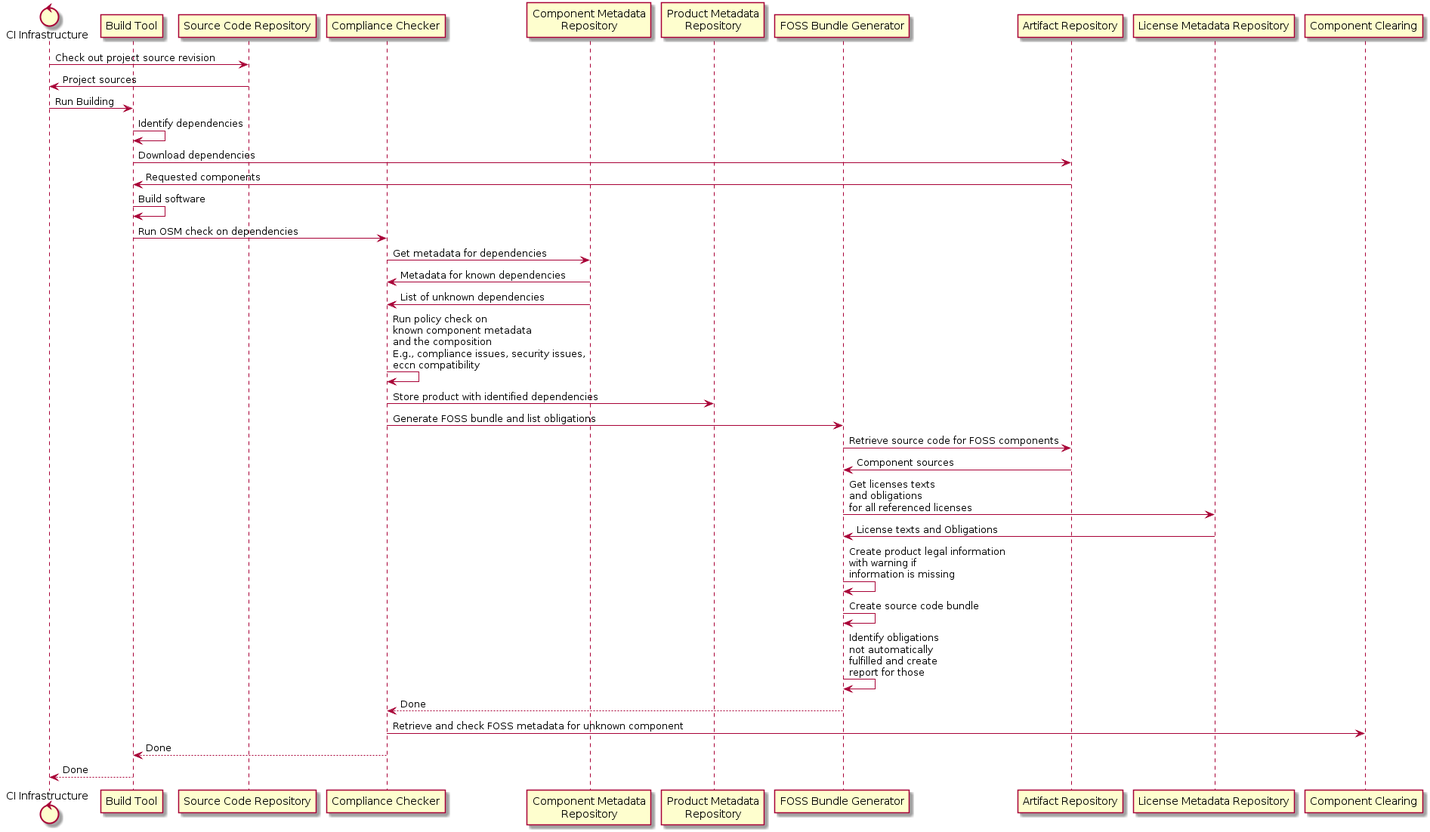
The PlantUML diagram Tooling-Landscape/Unanimous-Understanding/OSS-Tooling-Landscape_UMLSeq_AutoComplianceCheck.png in Open-Source-Compliance/Sharing-creates-value, before a commit.
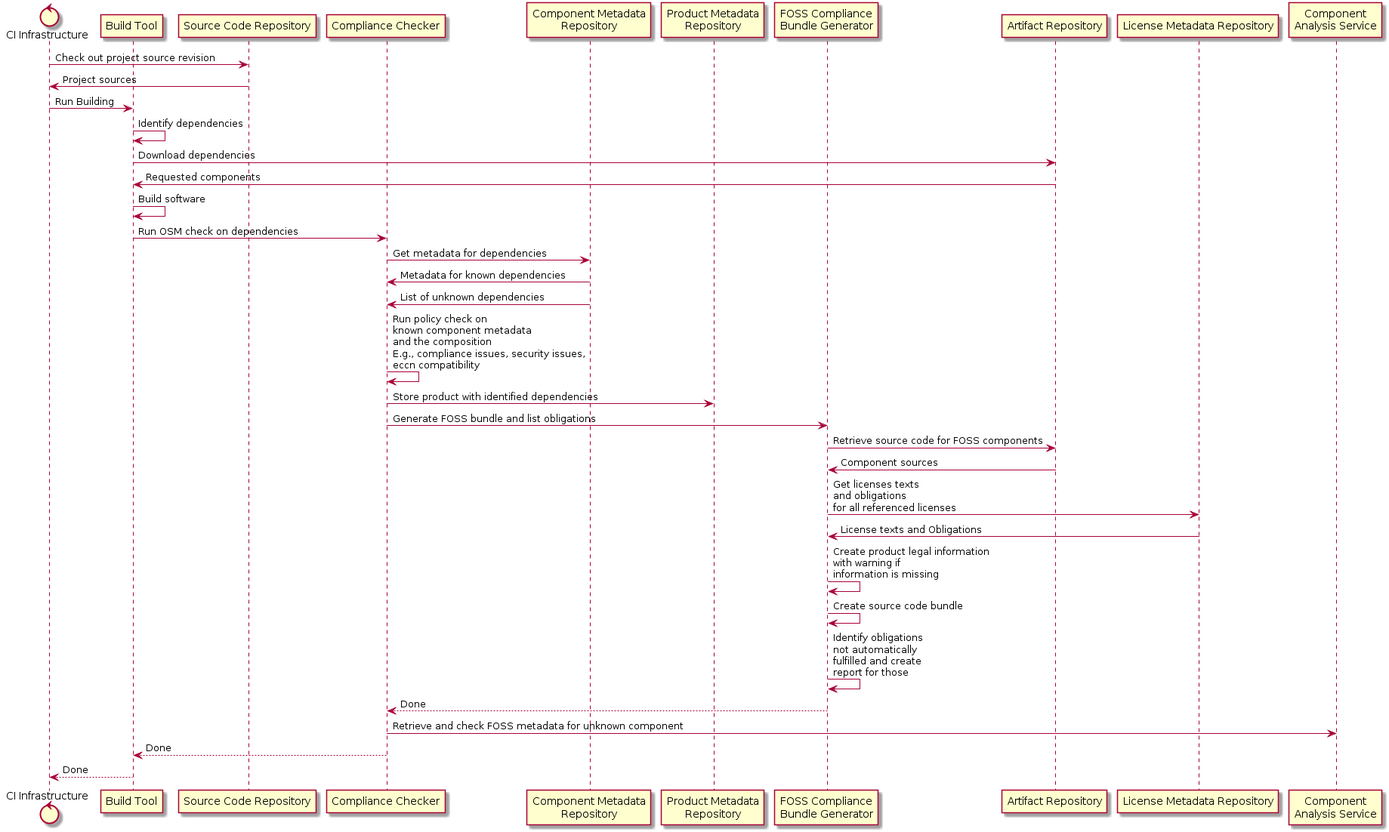
The same file after the commit.

Diff of the diagram source:
```diff
@@ -5,10 +5,10 @@
 participant "Compliance Checker" as compliancechecker
 participant "Component Metadata\nRepository" as comprepo
 participant "Product Metadata\nRepository" as prodrepo
-participant "FOSS Bundle Generator" as fossbundle
+participant "FOSS Compliance\nBundle Generator" as fossbundle
 participant "Artifact Repository" as artifactrepo
 participant "License Metadata Repository" as licenserepo
-participant "Component Clearing" as compclearing
+participant "Component\nAnalysis Service" as compclearing
 
 ci -> scm : Check out project source revision
 scm -> ci : Project sources
```
